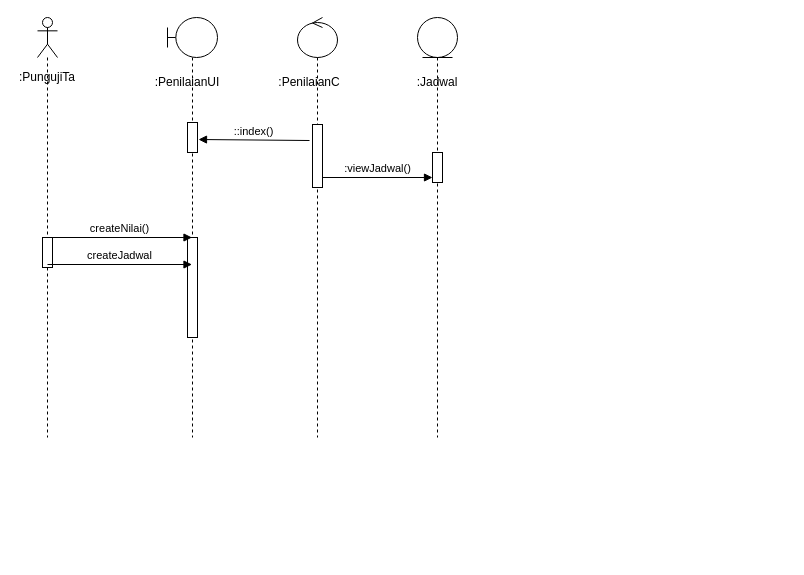
Above: Pert 11/Seq-Prak-2.drawio in mahesri/uml_ads_sms3 (draw.io), before the change. Source tidied: cells renumbered, new cells numbered last; positions are measured from the earlier drawing's top-left corner, leaving out a move shared by most shapes. Both pictures are drawn from the tidied source at 100%, with x=0, y=0 at pixel (17, 17).
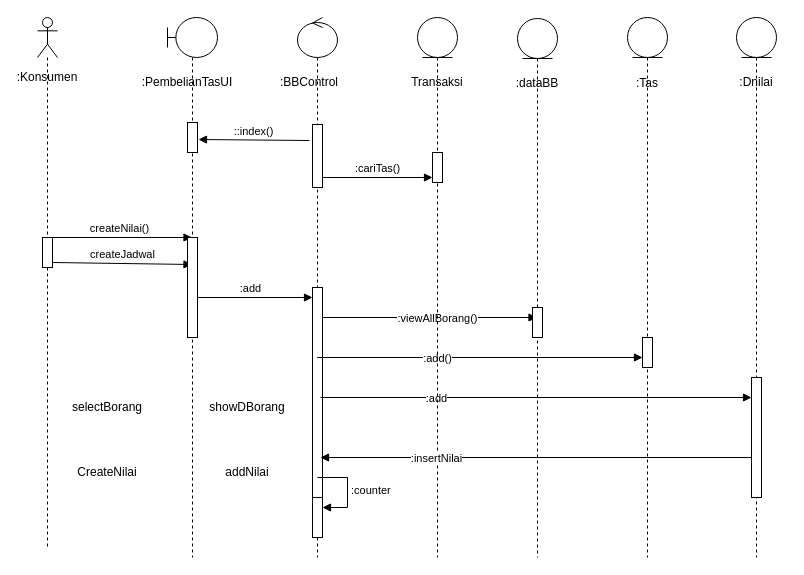
The same page after the edit.

The change refers to these unchanged cells:
```xml
<mxCell id="14" style="html=1;points=[[0,0,0,0,5],[0,1,0,0,-5],[1,0,0,0,5],[1,1,0,0,-5]];perimeter=orthogonalPerimeter;outlineConnect=0;targetShapes=umlLifeline;portConstraint=eastwest;newEdgeStyle={&quot;curved&quot;:0,&quot;rounded&quot;:0};" parent="13" vertex="1">
  <mxGeometry x="15" y="107" width="10" height="63" as="geometry" />
</mxCell>
```

What changed in the source:
```diff
@@
     <mxCell id="2" style="shape=umlLifeline;perimeter=lifelinePerimeter;whiteSpace=wrap;html=1;newEdgeStyle={&quot;curved&quot;:0,&quot;rounded&quot;:0};participant=umlActor;" parent="1" vertex="1">
-      <mxGeometry x="20" width="20" height="420" as="geometry" />
+      <mxGeometry x="20" width="20" height="530" as="geometry" />
     </mxCell>
-    <mxCell id="3" style="html=1;points=[[0,0,0,0,5],[0,1,0,0,-5],[1,0,0,0,5],[1,1,0,0,-5]];perimeter=orthogonalPerimeter;outlineConnect=0;targetShapes=umlLifeline;portConstraint=eastwest;newEdgeStyle={&quot;curved&quot;:0,&quot;rounded&quot;:0};" parent="2" vertex="1">
-      <mxGeometry x="5" y="220" width="10" height="30" as="geometry" />
-    </mxCell>
-    <mxCell id="4" value=":PenilaianUI" style="text;html=1;strokeColor=none;fillColor=none;align=center;verticalAlign=middle;whiteSpace=wrap;rounded=0;" parent="1" vertex="1">
+    <mxCell id="4" value=":PembelianTasUI" style="text;html=1;strokeColor=none;fillColor=none;align=center;verticalAlign=middle;whiteSpace=wrap;rounded=0;" parent="1" vertex="1">
       <mxGeometry x="140" y="50" width="60" height="30" as="geometry" />
     </mxCell>
-    <mxCell id="5" value=":PenilaianC" style="text;html=1;strokeColor=none;fillColor=none;align=center;verticalAlign=middle;whiteSpace=wrap;rounded=0;" parent="1" vertex="1">
+    <mxCell id="5" value=":BBControl" style="text;html=1;strokeColor=none;fillColor=none;align=center;verticalAlign=middle;whiteSpace=wrap;rounded=0;" parent="1" vertex="1">
       <mxGeometry x="262" y="50" width="60" height="30" as="geometry" />
     </mxCell>
-    <mxCell id="6" value=":Jadwal" style="text;html=1;strokeColor=none;fillColor=none;align=center;verticalAlign=middle;whiteSpace=wrap;rounded=0;" parent="1" vertex="1">
-      <mxGeometry x="390" y="50" width="60" height="30" as="geometry" />
-    </mxCell>
     <mxCell id="7" style="shape=umlLifeline;perimeter=lifelinePerimeter;whiteSpace=wrap;html=1;newEdgeStyle={&quot;curved&quot;:0,&quot;rounded&quot;:0};participant=umlBoundary;" parent="1" vertex="1">
-      <mxGeometry x="150" width="50" height="420" as="geometry" />
+      <mxGeometry x="150" width="50" height="540" as="geometry" />
     </mxCell>
-    <mxCell id="8" style="html=1;points=[[0,0,0,0,5],[0,1,0,0,-5],[1,0,0,0,5],[1,1,0,0,-5]];perimeter=orthogonalPerimeter;outlineConnect=0;targetShapes=umlLifeline;portConstraint=eastwest;newEdgeStyle={&quot;curved&quot;:0,&quot;rounded&quot;:0};" parent="7" vertex="1">
-      <mxGeometry x="20" y="105" width="10" height="30" as="geometry" />
-    </mxCell>
-    <mxCell id="9" style="html=1;perimeter=orthogonalPerimeter;targetShapes=umlLifeline;newEdgeStyle={&quot;curved&quot;:0,&quot;rounded&quot;:0};" parent="7" vertex="1">
-      <mxGeometry x="20" y="220" width="10" height="100" as="geometry" />
-    </mxCell>
-    <mxCell id="10" style="shape=umlLifeline;perimeter=lifelinePerimeter;whiteSpace=wrap;html=1;newEdgeStyle={&quot;curved&quot;:0,&quot;rounded&quot;:0};participant=umlEntity;" parent="1" vertex="1">
-      <mxGeometry x="400" width="40" height="420" as="geometry" />
-    </mxCell>
-    <mxCell id="11" style="html=1;points=[[0,0,0,0,5],[0,1,0,0,-5],[1,0,0,0,5],[1,1,0,0,-5]];perimeter=orthogonalPerimeter;outlineConnect=0;targetShapes=umlLifeline;portConstraint=eastwest;newEdgeStyle={&quot;curved&quot;:0,&quot;rounded&quot;:0};" parent="10" vertex="1">
-      <mxGeometry x="15" y="135" width="10" height="30" as="geometry" />
-    </mxCell>
-    <mxCell id="12" value=":PungujiTa" style="text;html=1;strokeColor=none;fillColor=none;align=center;verticalAlign=middle;whiteSpace=wrap;rounded=0;" parent="1" vertex="1">
+    <mxCell id="12" value=":Konsumen" style="text;html=1;strokeColor=none;fillColor=none;align=center;verticalAlign=middle;whiteSpace=wrap;rounded=0;" parent="1" vertex="1">
       <mxGeometry y="45" width="60" height="30" as="geometry" />
     </mxCell>
     <mxCell id="13" style="shape=umlLifeline;perimeter=lifelinePerimeter;whiteSpace=wrap;html=1;newEdgeStyle={&quot;curved&quot;:0,&quot;rounded&quot;:0};participant=umlControl;" parent="1" vertex="1">
-      <mxGeometry x="280" width="40" height="420" as="geometry" />
+      <mxGeometry x="280" width="40" height="540" as="geometry" />
     </mxCell>
@@
+    <mxCell id="19" style="html=1;points=[[0,0,0,0,5],[0,1,0,0,-5],[1,0,0,0,5],[1,1,0,0,-5]];perimeter=orthogonalPerimeter;outlineConnect=0;targetShapes=umlLifeline;portConstraint=eastwest;newEdgeStyle={&quot;curved&quot;:0,&quot;rounded&quot;:0};" parent="13" vertex="1">
+      <mxGeometry x="15" y="270" width="10" height="230" as="geometry" />
+    </mxCell>
+    <mxCell id="20" style="html=1;points=[[0,0,0,0,5],[0,1,0,0,-5],[1,0,0,0,5],[1,1,0,0,-5]];perimeter=orthogonalPerimeter;outlineConnect=0;targetShapes=umlLifeline;portConstraint=eastwest;newEdgeStyle={&quot;curved&quot;:0,&quot;rounded&quot;:0};" parent="13" vertex="1">
+      <mxGeometry x="15" y="480" width="10" height="40" as="geometry" />
+    </mxCell>
+    <mxCell id="21" value=":counter" style="html=1;align=left;spacingLeft=2;endArrow=block;rounded=0;edgeStyle=orthogonalEdgeStyle;curved=0;rounded=0;" parent="13" edge="1" target="20">
+      <mxGeometry relative="1" as="geometry">
+        <mxPoint x="20" y="460" as="sourcePoint" />
+        <Array as="points">
+          <mxPoint x="50" y="490" />
+        </Array>
+      </mxGeometry>
+    </mxCell>
@@
-    <mxCell id="16" value=":viewJadwal()" style="html=1;verticalAlign=bottom;endArrow=block;curved=0;rounded=0;entryX=0;entryY=1;entryDx=0;entryDy=-5;entryPerimeter=0;" parent="1" edge="1" source="14" target="11">
+    <mxCell id="16" value=":cariTas()" style="html=1;verticalAlign=bottom;endArrow=block;curved=0;rounded=0;entryX=0;entryY=1;entryDx=0;entryDy=-5;entryPerimeter=0;" parent="1" edge="1" source="14" target="11">
       <mxGeometry relative="1" as="geometry" />
     </mxCell>
-    <mxCell id="17" value="createJadwal" style="html=1;verticalAlign=bottom;endArrow=block;curved=0;rounded=0;" parent="1" edge="1">
+    <mxCell id="17" value="createJadwal" style="html=1;verticalAlign=bottom;endArrow=block;curved=0;rounded=0;exitX=1;exitY=1;exitDx=0;exitDy=-5;exitPerimeter=0;" parent="1" edge="1" source="3">
       <mxGeometry relative="1" as="geometry">
-        <mxPoint x="30" y="247" as="sourcePoint" />
         <mxPoint x="174.5" y="247" as="targetPoint" />
       </mxGeometry>
     </mxCell>
@@
+    <mxCell id="22" value=":dataBB" style="text;html=1;strokeColor=none;fillColor=none;align=center;verticalAlign=middle;whiteSpace=wrap;rounded=0;" parent="1" vertex="1">
+      <mxGeometry x="490" y="51" width="60" height="30" as="geometry" />
+    </mxCell>
+    <mxCell id="23" style="shape=umlLifeline;perimeter=lifelinePerimeter;whiteSpace=wrap;html=1;outlineConnect=0;portConstraint=eastwest;newEdgeStyle={&quot;curved&quot;:0,&quot;rounded&quot;:0};participant=umlEntity;" parent="1" vertex="1">
+      <mxGeometry x="500" y="1" width="40" height="539" as="geometry" />
+    </mxCell>
+    <mxCell id="24" value=":add" style="html=1;verticalAlign=bottom;endArrow=block;curved=0;rounded=0;exitX=1;exitY=1;exitDx=0;exitDy=-5;exitPerimeter=0;" parent="1" edge="1" target="19">
+      <mxGeometry relative="1" as="geometry">
+        <mxPoint x="170" y="280" as="sourcePoint" />
+      </mxGeometry>
+    </mxCell>
+    <mxCell id="25" value=":viewAllBorang()" style="html=1;verticalAlign=bottom;endArrow=block;curved=0;rounded=0;" parent="1" edge="1" target="23">
+      <mxGeometry x="0.07" y="-10" relative="1" as="geometry">
+        <mxPoint x="305" y="300" as="sourcePoint" />
+      </mxGeometry>
+    </mxCell>
+    <mxCell id="26" value=":add()" style="html=1;verticalAlign=bottom;endArrow=block;curved=0;rounded=0;" parent="1" edge="1">
+      <mxGeometry x="-0.26" y="-10" relative="1" as="geometry">
+        <mxPoint x="299.7" y="340" as="sourcePoint" />
+        <mxPoint x="625" y="340" as="targetPoint" />
+      </mxGeometry>
+    </mxCell>
+    <mxCell id="27" value=":add" style="html=1;verticalAlign=bottom;endArrow=block;curved=0;rounded=0;exitX=0.5;exitY=0.538;exitDx=0;exitDy=0;exitPerimeter=0;" parent="1" edge="1" target="33">
+      <mxGeometry x="-0.46" y="-10" relative="1" as="geometry">
+        <mxPoint x="303" y="380" as="sourcePoint" />
+      </mxGeometry>
+    </mxCell>
+    <mxCell id="28" value=":Tas" style="text;html=1;strokeColor=none;fillColor=none;align=center;verticalAlign=middle;whiteSpace=wrap;rounded=0;" parent="1" vertex="1">
+      <mxGeometry x="600" y="51" width="60" height="30" as="geometry" />
+    </mxCell>
+    <mxCell id="29" style="shape=umlLifeline;perimeter=lifelinePerimeter;whiteSpace=wrap;html=1;newEdgeStyle={&quot;curved&quot;:0,&quot;rounded&quot;:0};participant=umlEntity;" parent="1" vertex="1">
+      <mxGeometry x="610" width="40" height="540" as="geometry" />
+    </mxCell>
+    <mxCell id="30" style="html=1;perimeter=orthogonalPerimeter;targetShapes=umlLifeline;newEdgeStyle={&quot;curved&quot;:0,&quot;rounded&quot;:0};" parent="1" vertex="1">
+      <mxGeometry x="625" y="320" width="10" height="30" as="geometry" />
+    </mxCell>
+    <mxCell id="31" value=":Dnilai" style="text;html=1;strokeColor=none;fillColor=none;align=center;verticalAlign=middle;whiteSpace=wrap;rounded=0;" parent="1" vertex="1">
+      <mxGeometry x="709" y="50" width="60" height="30" as="geometry" />
+    </mxCell>
+    <mxCell id="32" style="shape=umlLifeline;perimeter=lifelinePerimeter;whiteSpace=wrap;html=1;newEdgeStyle={&quot;curved&quot;:0,&quot;rounded&quot;:0};participant=umlEntity;" parent="1" vertex="1">
+      <mxGeometry x="719" width="40" height="540" as="geometry" />
+    </mxCell>
+    <mxCell id="33" style="html=1;points=[[0,0,0,0,5],[0,1,0,0,-5],[1,0,0,0,5],[1,1,0,0,-5]];perimeter=orthogonalPerimeter;outlineConnect=0;targetShapes=umlLifeline;portConstraint=eastwest;newEdgeStyle={&quot;curved&quot;:0,&quot;rounded&quot;:0};" parent="1" vertex="1">
+      <mxGeometry x="734" y="360" width="10" height="120" as="geometry" />
+    </mxCell>
+    <mxCell id="34" style="html=1;perimeter=orthogonalPerimeter;targetShapes=umlLifeline;newEdgeStyle={&quot;curved&quot;:0,&quot;rounded&quot;:0};" parent="1" vertex="1">
+      <mxGeometry x="515" y="290" width="10" height="30" as="geometry" />
+    </mxCell>
+    <mxCell id="6" value="Transaksi" style="text;html=1;strokeColor=none;fillColor=none;align=center;verticalAlign=middle;whiteSpace=wrap;rounded=0;" parent="1" vertex="1">
+      <mxGeometry x="390" y="50" width="60" height="30" as="geometry" />
+    </mxCell>
+    <mxCell id="10" style="shape=umlLifeline;perimeter=lifelinePerimeter;whiteSpace=wrap;html=1;newEdgeStyle={&quot;curved&quot;:0,&quot;rounded&quot;:0};participant=umlEntity;" parent="1" vertex="1">
+      <mxGeometry x="400" width="40" height="540" as="geometry" />
+    </mxCell>
+    <mxCell id="11" style="html=1;points=[[0,0,0,0,5],[0,1,0,0,-5],[1,0,0,0,5],[1,1,0,0,-5]];perimeter=orthogonalPerimeter;outlineConnect=0;targetShapes=umlLifeline;portConstraint=eastwest;newEdgeStyle={&quot;curved&quot;:0,&quot;rounded&quot;:0};" parent="10" vertex="1">
+      <mxGeometry x="15" y="135" width="10" height="30" as="geometry" />
+    </mxCell>
+    <mxCell id="8" style="html=1;points=[[0,0,0,0,5],[0,1,0,0,-5],[1,0,0,0,5],[1,1,0,0,-5]];perimeter=orthogonalPerimeter;outlineConnect=0;targetShapes=umlLifeline;portConstraint=eastwest;newEdgeStyle={&quot;curved&quot;:0,&quot;rounded&quot;:0};" parent="1" vertex="1">
+      <mxGeometry x="170" y="105" width="10" height="30" as="geometry" />
+    </mxCell>
+    <mxCell id="9" style="html=1;perimeter=orthogonalPerimeter;targetShapes=umlLifeline;newEdgeStyle={&quot;curved&quot;:0,&quot;rounded&quot;:0};" parent="1" vertex="1">
+      <mxGeometry x="170" y="220" width="10" height="100" as="geometry" />
+    </mxCell>
+    <mxCell id="3" style="html=1;points=[[0,0,0,0,5],[0,1,0,0,-5],[1,0,0,0,5],[1,1,0,0,-5]];perimeter=orthogonalPerimeter;outlineConnect=0;targetShapes=umlLifeline;portConstraint=eastwest;newEdgeStyle={&quot;curved&quot;:0,&quot;rounded&quot;:0};" parent="1" vertex="1">
+      <mxGeometry x="25" y="220" width="10" height="30" as="geometry" />
+    </mxCell>
+    <mxCell id="35" value=":insertNilai" style="html=1;verticalAlign=bottom;endArrow=none;curved=0;rounded=0;exitX=0.5;exitY=0.538;exitDx=0;exitDy=0;exitPerimeter=0;startArrow=block;startFill=1;endFill=0;" parent="1" edge="1">
+      <mxGeometry x="-0.46" y="-10" relative="1" as="geometry">
+        <mxPoint x="303" y="440" as="sourcePoint" />
+        <mxPoint x="734" y="440" as="targetPoint" />
+      </mxGeometry>
+    </mxCell>
+    <mxCell id="36" value="selectBorang" style="text;html=1;strokeColor=none;fillColor=none;align=center;verticalAlign=middle;whiteSpace=wrap;rounded=0;" parent="1" vertex="1">
+      <mxGeometry x="60" y="375" width="60" height="30" as="geometry" />
+    </mxCell>
+    <mxCell id="37" value="CreateNilai" style="text;html=1;strokeColor=none;fillColor=none;align=center;verticalAlign=middle;whiteSpace=wrap;rounded=0;" parent="1" vertex="1">
+      <mxGeometry x="60" y="440" width="60" height="30" as="geometry" />
+    </mxCell>
+    <mxCell id="38" value="showDBorang" style="text;html=1;strokeColor=none;fillColor=none;align=center;verticalAlign=middle;whiteSpace=wrap;rounded=0;" parent="1" vertex="1">
+      <mxGeometry x="200" y="375" width="60" height="30" as="geometry" />
+    </mxCell>
+    <mxCell id="39" value="addNilai" style="text;html=1;strokeColor=none;fillColor=none;align=center;verticalAlign=middle;whiteSpace=wrap;rounded=0;" parent="1" vertex="1">
+      <mxGeometry x="200" y="440" width="60" height="30" as="geometry" />
+    </mxCell>
```
